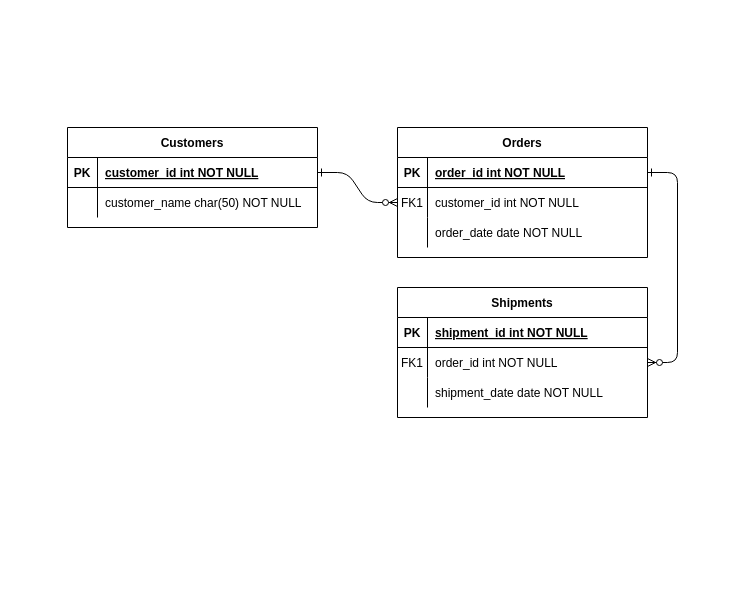
This is Diagramme sans nom.drawio from Clinter77/WhiteStationSanitizerProject, a draw.io file, before an edit. Source tidied: cells renumbered, new cells numbered last; positions are measured from the earlier drawing's top-left corner, leaving out a move shared by most shapes. Both pictures are drawn from the tidied source at 100%, with x=0, y=0 at pixel (67, 127).
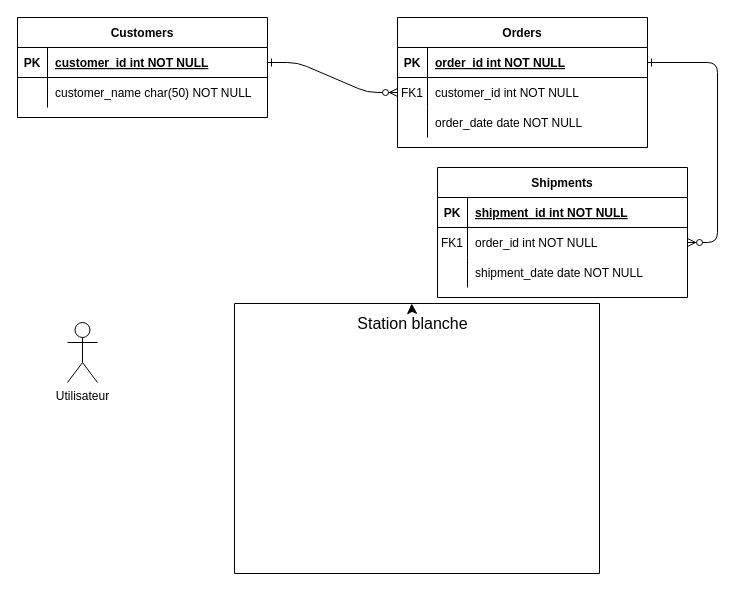
Above is the later version.

Commit message (it also covers changes not shown here):
Mettre à jour Diagramme sans nom.drawio

The edit, as a diff of the source:
```diff
@@
     <mxCell id="4" value="Orders" style="shape=table;startSize=30;childLayout=tableLayout;rowLines=0;fontStyle=1;align=center;" parent="1" vertex="1">
-      <mxGeometry x="330" width="250" height="130" as="geometry" />
+      <mxGeometry x="330" y="-110" width="250" height="130" as="geometry" />
     </mxCell>
@@
     <mxCell id="14" value="Shipments" style="shape=table;startSize=30;childLayout=tableLayout;rowLines=0;fontStyle=1;align=center;" parent="1" vertex="1">
-      <mxGeometry x="330" y="160" width="250" height="130" as="geometry" />
+      <mxGeometry x="370" y="40" width="250" height="130" as="geometry" />
     </mxCell>
@@
     <mxCell id="24" value="Customers" style="shape=table;startSize=30;childLayout=tableLayout;rowLines=0;fontStyle=1;align=center;" parent="1" vertex="1">
-      <mxGeometry width="250" height="100" as="geometry" />
+      <mxGeometry x="-50" y="-110" width="250" height="100" as="geometry" />
     </mxCell>
@@
+    <mxCell id="31" value="Utilisateur" style="shape=umlActor;verticalLabelPosition=bottom;verticalAlign=top;html=1;" parent="1" vertex="1">
+      <mxGeometry y="195" width="30" height="60" as="geometry" />
+    </mxCell>
+    <mxCell id="32" style="swimlane;startSize=0;" parent="1" vertex="1">
+      <mxGeometry x="167" y="176" width="365" height="270" as="geometry" />
+    </mxCell>
+    <mxCell id="33" value="Station blanche" style="text;html=1;align=center;verticalAlign=middle;points=[];strokeColor=none;fillColor=none;fontSize=16;" parent="32" vertex="1">
+      <mxGeometry x="113" y="5" width="130" height="30" as="geometry" />
+    </mxCell>
+    <mxCell id="34" style="edgeStyle=none;curved=1;rounded=0;jettySize=auto;html=1;fontSize=12;startSize=8;endSize=8;" parent="32" edge="1" source="33" target="32">
+      <mxGeometry relative="1" as="geometry" />
+    </mxCell>
```
